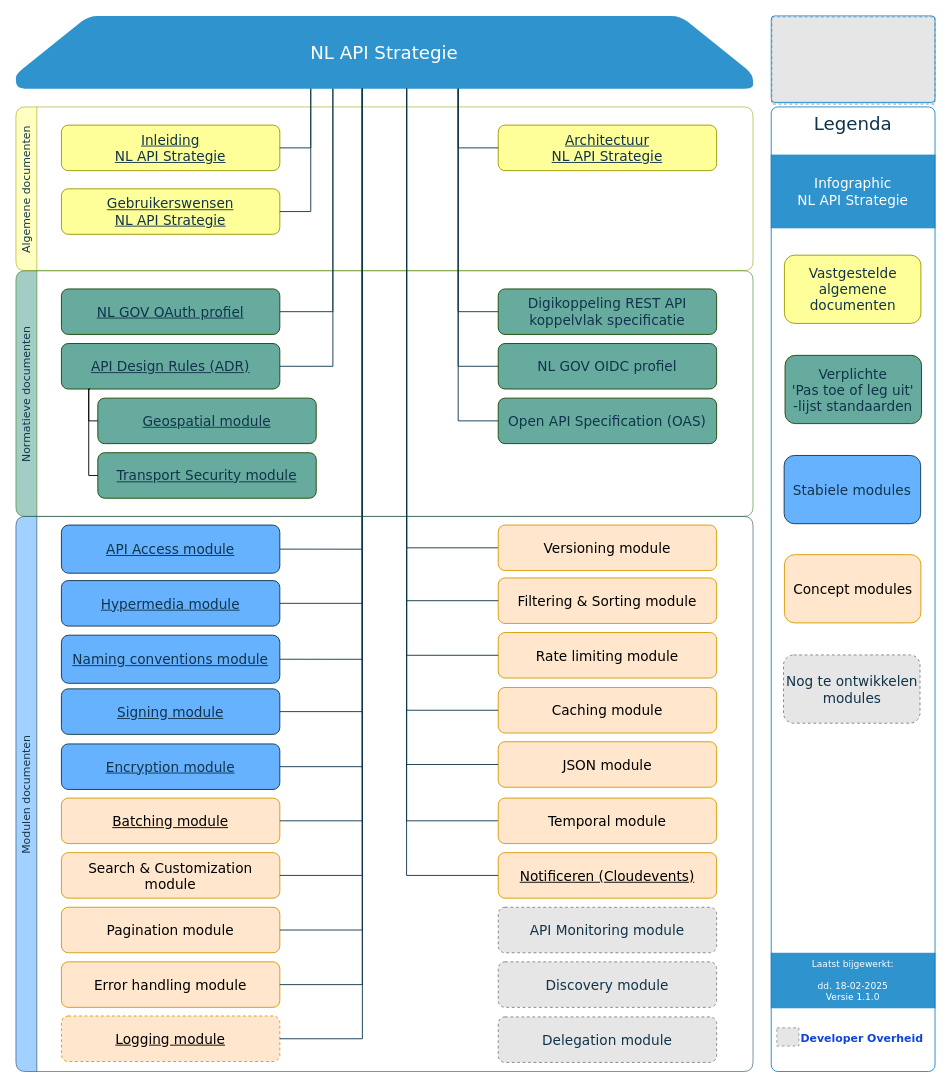
Above: page "versie 110" (1 of 2) of media/API infographic.drawio in Geonovum/KP-APIs (draw.io), before the change. Source tidied: cells renumbered, new cells numbered last; positions are measured from the earlier drawing's top-left corner, leaving out a move shared by most shapes. Both pictures are drawn from the tidied source at 91%, with x=0, y=0 at pixel (15, 15). Pictures stored in the file or linked from it are replaced by grey dashed boxes.
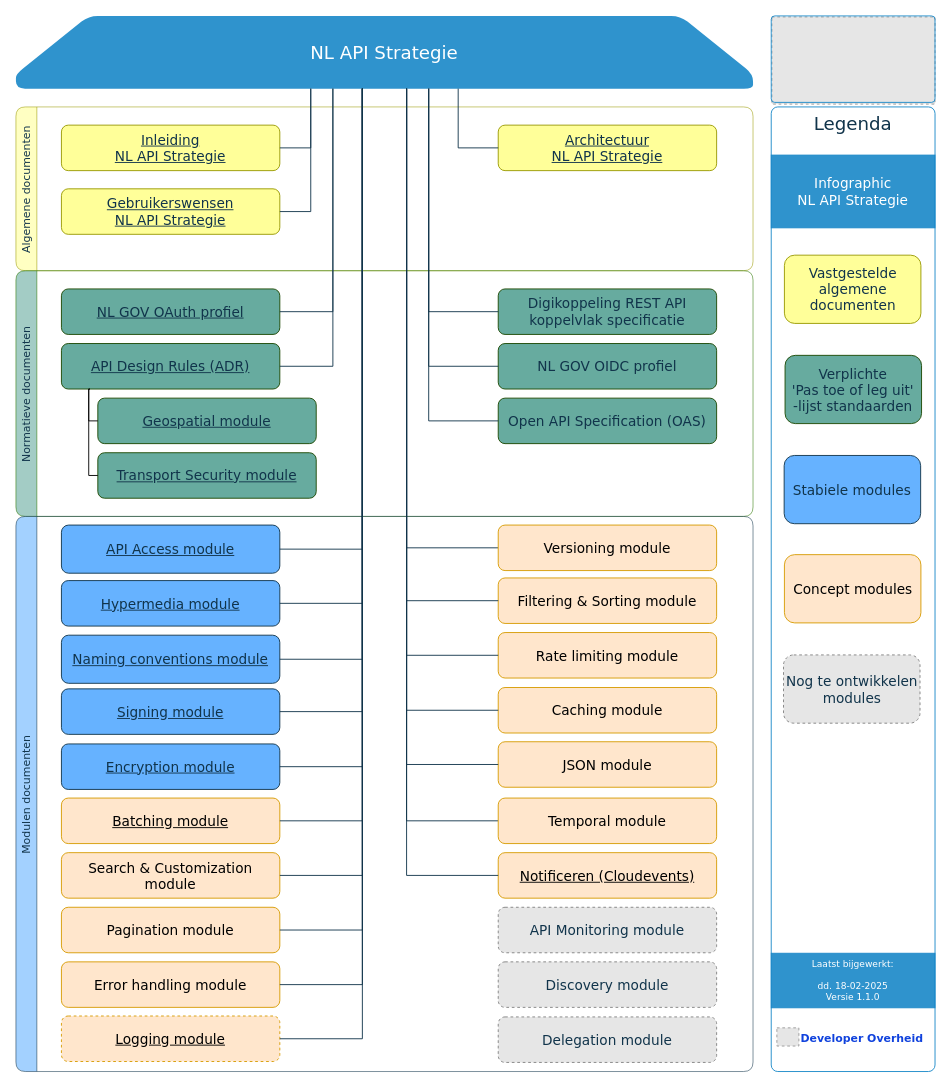
Above is the later version.

The change refers to these unchanged cells:
```xml
<mxCell id="12" value="Open API Specification (OAS)" style="rounded=1;whiteSpace=wrap;html=1;fontSize=15;fontStyle=0;fillColor=#67AB9F;strokeColor=#1B4700;fontColor=#11344B;fontFamily=Verdana;align=center;verticalAlign=middle;" parent="10" vertex="1">
  <mxGeometry x="530" y="140" width="240" height="50" as="geometry" />
</mxCell>
<mxCell id="14" value="Digikoppeling REST API koppelvlak specificatie" style="rounded=1;whiteSpace=wrap;html=1;fontSize=15;fontStyle=0;fillColor=#67AB9F;strokeColor=#1B4700;fontColor=#11344B;fontFamily=Verdana;align=center;verticalAlign=middle;" parent="10" vertex="1">
  <mxGeometry x="530" y="20" width="240" height="50" as="geometry" />
</mxCell>
<mxCell id="15" value="NL GOV OIDC profiel" style="rounded=1;whiteSpace=wrap;html=1;fontSize=15;fontStyle=0;fillColor=#67AB9F;strokeColor=#1B4700;fontColor=#11344B;fontFamily=Verdana;align=center;verticalAlign=middle;" parent="10" vertex="1">
  <mxGeometry x="530" y="80" width="240" height="50" as="geometry" />
</mxCell>
<mxCell id="20" value="&lt;span&gt;NL API Strategie&lt;/span&gt;" style="shape=loopLimit;whiteSpace=wrap;html=1;fontSize=20;fillColor=#1988C8;fontFamily=Verdana;fontStyle=0;size=140;fontColor=#FFFFFF;strokeColor=none;rounded=1;points=[[0,0,0,0,0],[0,0.26,0,0,0],[0,0.5,0,0,0],[0,0.74,0,0,0],[0,1,0,0,0],[0.07,1,0,0,0],[0.13,1,0,0,0],[0.2,1,0,0,0],[0.23,1,0,0,0],[0.25,0,0,0,0],[0.25,1,0,0,0],[0.27,1,0,0,0],[0.33,1,0,0,0],[0.4,1,0,0,0],[0.43,1,0,0,0],[0.47,1,0,0,0],[0.5,0,0,0,0],[0.5,1,0,0,0],[0.53,1,0,0,0],[0.56,1,0,0,0],[0.6,1,0,0,0],[0.67,1,0,0,0],[0.75,0,0,0,0],[0.75,1,0,0,0],[0.8,1,0,0,0],[0.83,1,0,0,0],[0.87,1,0,0,0],[0.93,1,0,0,0],[1,0,0,0,0],[1,0.26,0,0,0],[1,0.5,0,0,0],[1,0.76,0,0,0],[1,1,0,0,0]];opacity=90;shadow=0;sketch=0;" parent="1" vertex="1">
  <mxGeometry width="810" height="79.9" as="geometry" />
</mxCell>
```

Change to the diagram source:
```diff
@@
-    <mxCell id="48" style="endArrow=none;html=1;rounded=0;fontFamily=Verdana;fontColor=#11344B;strokeColor=#11344B;entryX=0.6;entryY=1;entryDx=0;entryDy=0;entryPerimeter=0;edgeStyle=orthogonalEdgeStyle;exitX=0;exitY=0.5;exitDx=0;exitDy=0;" parent="1" edge="1" source="12" target="20">
+    <mxCell id="48" style="endArrow=none;html=1;rounded=0;fontFamily=Verdana;fontColor=#11344B;strokeColor=#11344B;entryX=0.56;entryY=1;entryDx=0;entryDy=0;entryPerimeter=0;edgeStyle=orthogonalEdgeStyle;exitX=0;exitY=0.5;exitDx=0;exitDy=0;" parent="1" edge="1" source="12" target="20">
       <mxGeometry relative="1" as="geometry" />
     </mxCell>
@@
-    <mxCell id="54" style="endArrow=none;html=1;rounded=0;fontFamily=Verdana;fontColor=#11344B;strokeColor=#11344B;entryX=0.6;entryY=1;entryDx=0;entryDy=0;entryPerimeter=0;exitX=0;exitY=0.5;exitDx=0;exitDy=0;edgeStyle=orthogonalEdgeStyle;" parent="1" edge="1" source="14" target="20">
+    <mxCell id="54" style="endArrow=none;html=1;rounded=0;fontFamily=Verdana;fontColor=#11344B;strokeColor=#11344B;entryX=0.56;entryY=1;entryDx=0;entryDy=0;entryPerimeter=0;exitX=0;exitY=0.5;exitDx=0;exitDy=0;edgeStyle=orthogonalEdgeStyle;" parent="1" edge="1" source="14" target="20">
       <mxGeometry relative="1" as="geometry" />
     </mxCell>
-    <mxCell id="55" style="endArrow=none;html=1;rounded=0;fontFamily=Verdana;fontColor=#11344B;strokeColor=#11344B;entryX=0.6;entryY=1;entryDx=0;entryDy=0;entryPerimeter=0;exitX=0;exitY=0.5;exitDx=0;exitDy=0;edgeStyle=orthogonalEdgeStyle;" parent="1" edge="1" source="15" target="20">
+    <mxCell id="55" style="endArrow=none;html=1;rounded=0;fontFamily=Verdana;fontColor=#11344B;strokeColor=#11344B;entryX=0.56;entryY=1;entryDx=0;entryDy=0;entryPerimeter=0;exitX=0;exitY=0.5;exitDx=0;exitDy=0;edgeStyle=orthogonalEdgeStyle;" parent="1" edge="1" source="15" target="20">
       <mxGeometry relative="1" as="geometry" />
     </mxCell>
```
